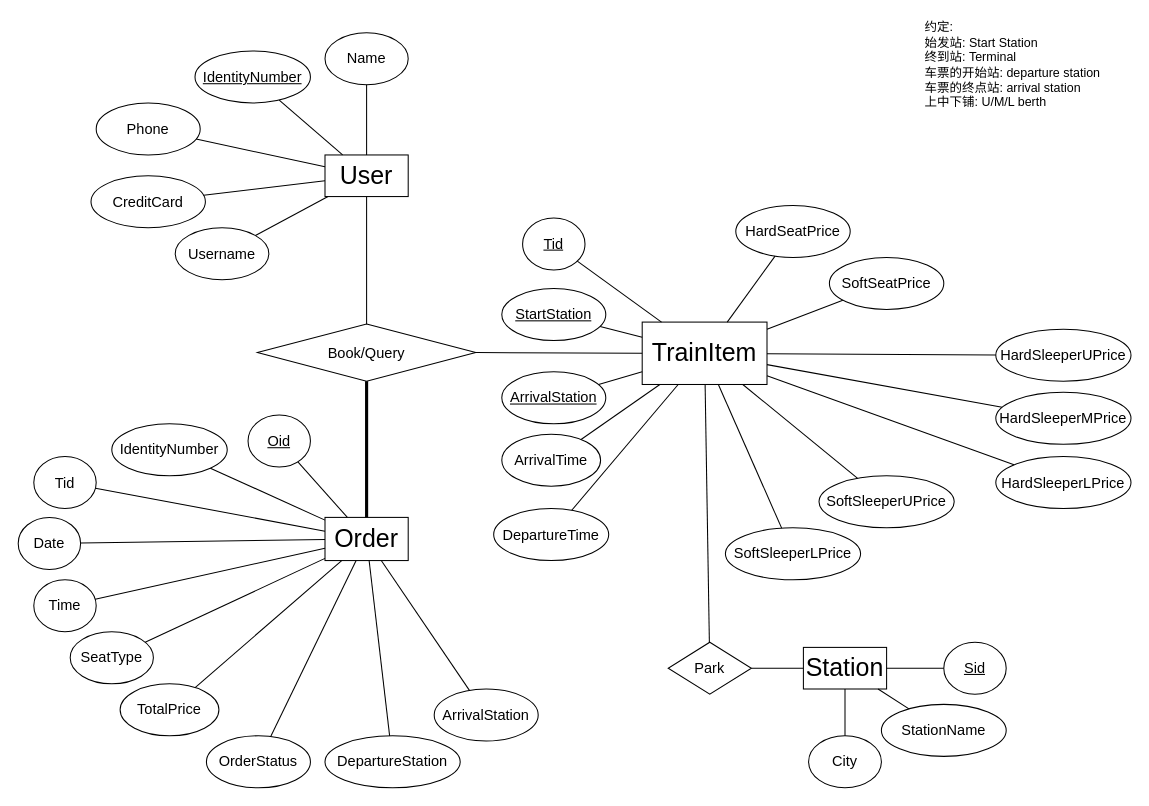
This is page "er-zxz-5.3" (3 of 5) of design/readme.assets/ER-graph.drawio from KevinGeejo/Railway-Booking-System, a draw.io file, before an edit. Source tidied: cells renumbered, new cells numbered last; positions are measured from the earlier drawing's top-left corner, leaving out a move shared by most shapes. Both pictures are drawn from the tidied source at 104%, with x=0, y=0 at pixel (18, 18).
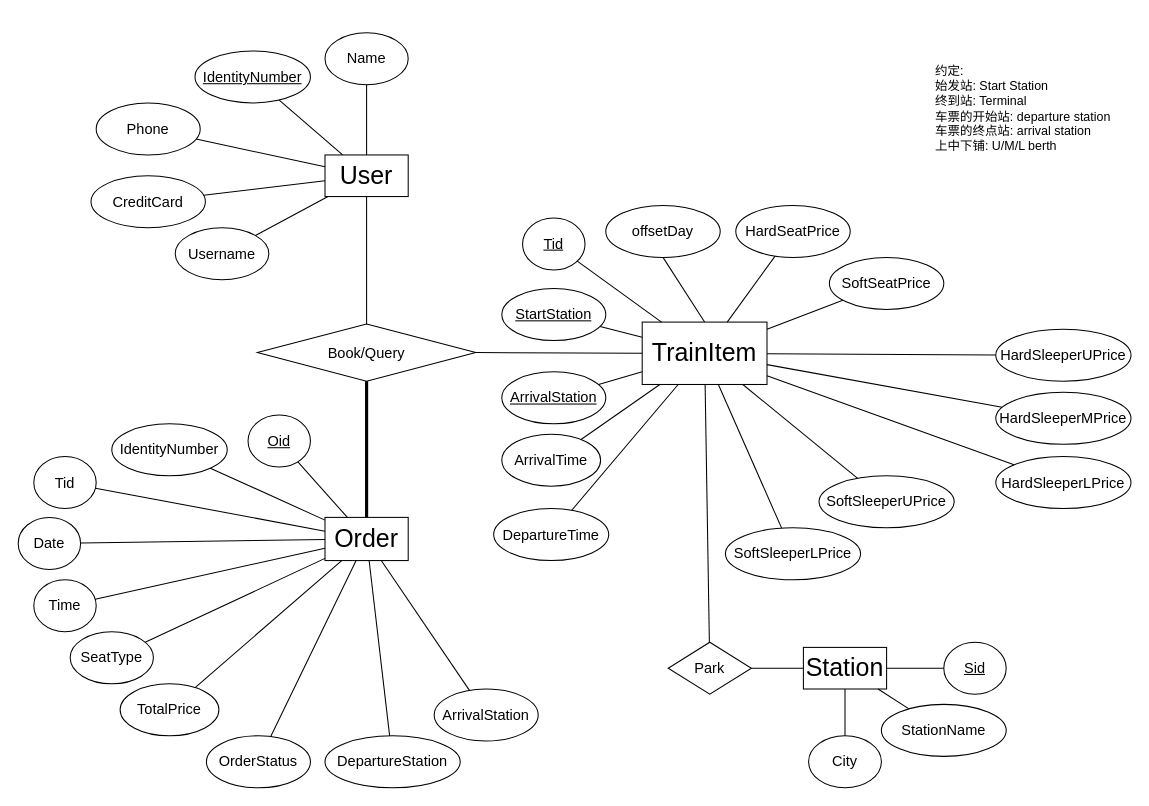
After the change.

The change refers to these unchanged cells:
```xml
<mxCell id="2" value="&lt;span style=&quot;font-size: 24px&quot;&gt;TrainItem&lt;/span&gt;" style="rounded=0;whiteSpace=wrap;html=1;" parent="1" vertex="1">
  <mxGeometry x="600" y="292.2" width="120" height="60" as="geometry" />
</mxCell>
```

The edit, as a diff of the source:
```diff
@@
     <mxCell id="59" value="约定:&lt;br&gt;始发站: Start Station&lt;br&gt;终到站: Terminal&lt;br&gt;车票的开始站: departure station&lt;br&gt;车票的终点站: arrival station&lt;br&gt;上中下铺: U/M/L berth" style="text;html=1;align=left;verticalAlign=middle;" parent="1" vertex="1">
-      <mxGeometry x="870" width="180" height="90" as="geometry" />
+      <mxGeometry x="880" y="41.5" width="180" height="90" as="geometry" />
     </mxCell>
@@
+    <mxCell id="74" value="&lt;span style=&quot;font-size: 14px&quot;&gt;offsetDay&lt;br&gt;&lt;/span&gt;" style="ellipse;whiteSpace=wrap;html=1;" parent="1" vertex="1">
+      <mxGeometry x="565" y="180" width="110" height="50" as="geometry" />
+    </mxCell>
+    <mxCell id="75" style="endArrow=none;html=1;entryX=0.5;entryY=1;entryDx=0;entryDy=0;exitX=0.5;exitY=0;exitDx=0;exitDy=0;" parent="1" edge="1" source="2" target="74">
+      <mxGeometry relative="1" as="geometry" />
+    </mxCell>
```
